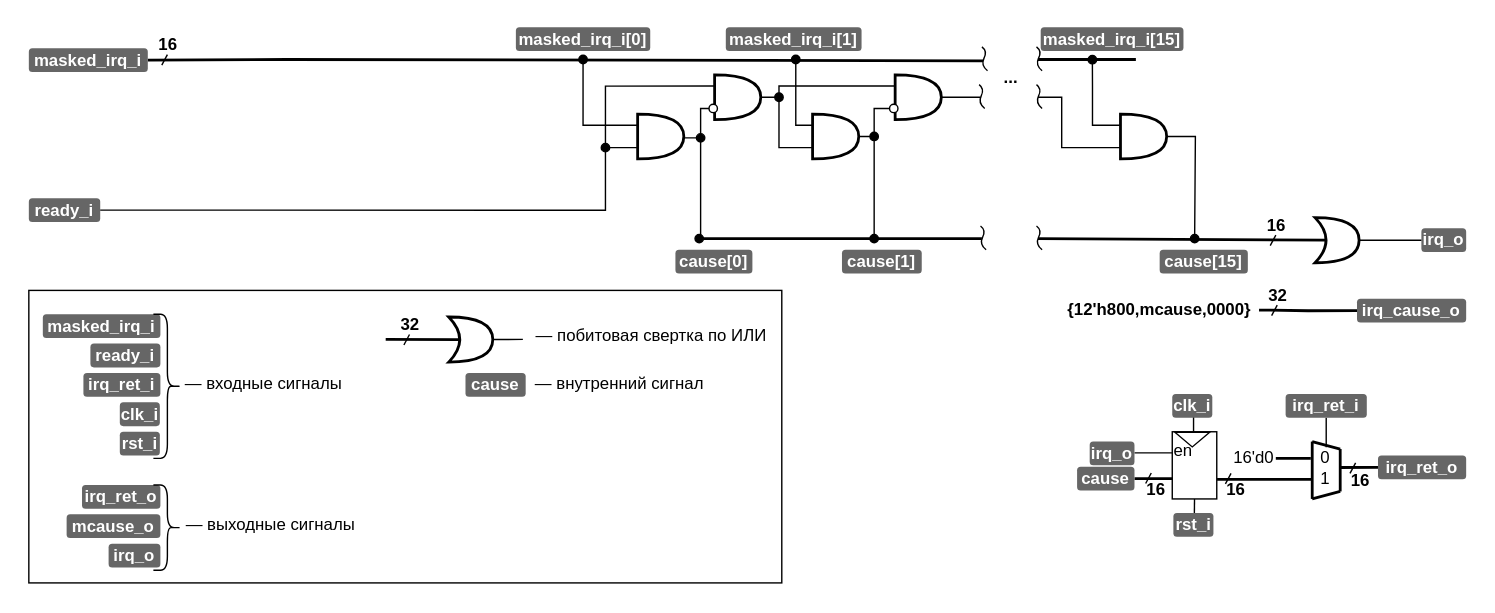
Before: .pic/Labs/lab_12_daisy_chain/fig_02.drawio.svg, a diagram exported from draw.io (MPSU/APS). Source tidied: cells renumbered, new cells last; positions are measured from the earlier drawing's top-left corner, leaving out a move shared by most shapes.
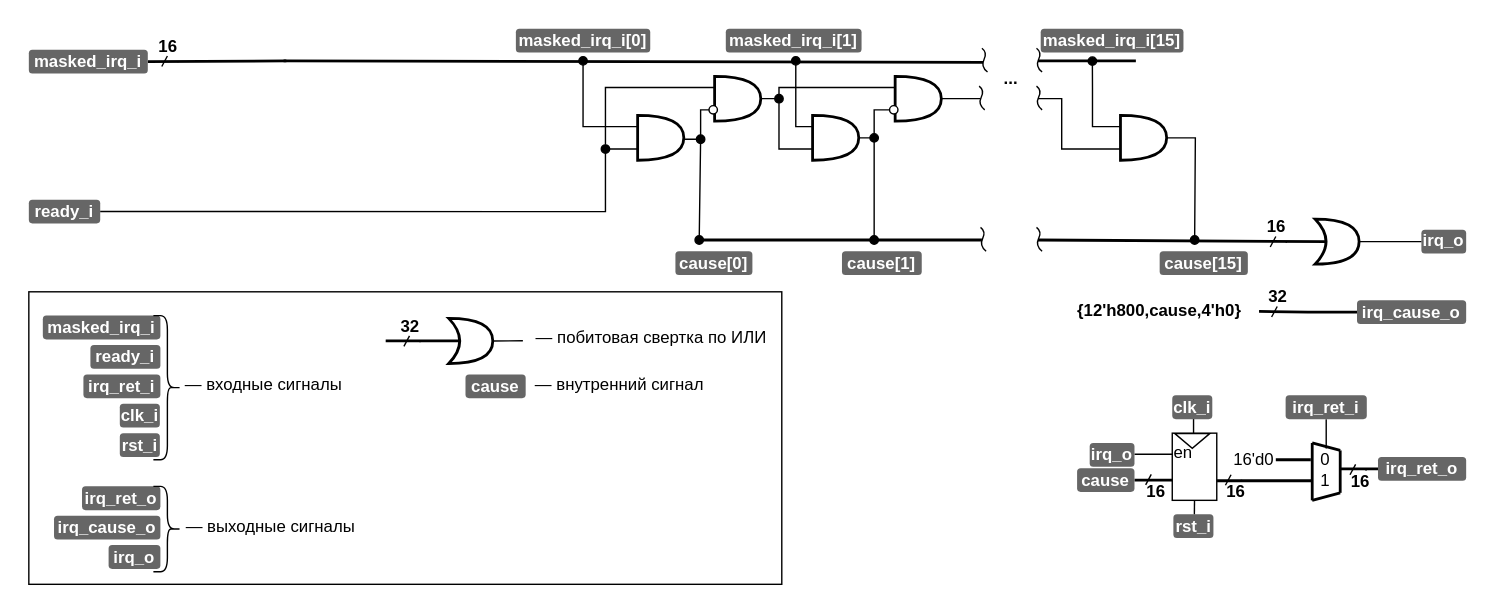
Later version of the same file.

Commit message:
ЛР12. Исправление иллюстрации

Diff of the diagram source:
```diff
@@ -329,8 +329,8 @@
     <mxCell id="66" value="irq_ret_o" style="text;html=1;strokeColor=none;fillColor=#666666;align=center;verticalAlign=middle;whiteSpace=wrap;rounded=1;fontStyle=1;fontColor=#FFFFFF;fontSize=12;" parent="1" vertex="1">
       <mxGeometry x="38" y="327" width="56" height="17" as="geometry" />
     </mxCell>
-    <mxCell id="67" value="&lt;font color=&quot;#ffffff&quot; style=&quot;font-size: 12px;&quot;&gt;&lt;b style=&quot;font-size: 12px;&quot;&gt;mcause_o&lt;/b&gt;&lt;/font&gt;" style="text;html=1;strokeColor=none;fillColor=#666666;align=center;verticalAlign=middle;whiteSpace=wrap;rounded=1;fontSize=12;fontColor=#000000;comic=0;jiggle=0.5;strokeOpacity=100;fillOpacity=100;" parent="1" vertex="1">
-      <mxGeometry x="27" y="348" width="67" height="17" as="geometry" />
+    <mxCell id="67" value="&lt;span style=&quot;color: rgb(255, 255, 255); font-weight: 700;&quot;&gt;irq_cause_o&lt;/span&gt;" style="text;html=1;strokeColor=none;fillColor=#666666;align=center;verticalAlign=middle;whiteSpace=wrap;rounded=1;fontSize=12;fontColor=#000000;comic=0;jiggle=0.5;strokeOpacity=100;fillOpacity=100;" parent="1" vertex="1">
+      <mxGeometry x="18" y="348" width="76" height="17" as="geometry" />
     </mxCell>
     <mxCell id="68" value="&lt;font color=&quot;#ffffff&quot; style=&quot;font-size: 12px;&quot;&gt;irq_o&lt;/font&gt;" style="text;html=1;strokeColor=none;fillColor=#666666;align=center;verticalAlign=middle;whiteSpace=wrap;rounded=1;fontSize=12;fontColor=#000000;comic=0;jiggle=0.5;strokeOpacity=100;fillOpacity=100;fontStyle=1;" parent="1" vertex="1">
       <mxGeometry x="57" y="369" width="37" height="17" as="geometry" />
@@ -498,7 +498,7 @@
     <mxCell id="105" value="irq_cause_o" style="text;html=1;strokeColor=none;fillColor=#666666;align=center;verticalAlign=middle;whiteSpace=wrap;rounded=1;fontStyle=1;fontColor=#FFFFFF;fontSize=12;" parent="1" vertex="1">
       <mxGeometry x="949" y="194" width="78" height="17" as="geometry" />
     </mxCell>
-    <mxCell id="106" value="{12'h800,mcause,0000}" style="text;html=1;strokeColor=none;fillColor=none;align=center;verticalAlign=middle;whiteSpace=wrap;rounded=0;fontStyle=1;fontSize=12;" parent="1" vertex="1">
+    <mxCell id="106" value="{12'h800,cause,4'h0}" style="text;html=1;strokeColor=none;fillColor=none;align=center;verticalAlign=middle;whiteSpace=wrap;rounded=0;fontStyle=1;fontSize=12;" parent="1" vertex="1">
       <mxGeometry x="737" y="187" width="142" height="30" as="geometry" />
     </mxCell>
     <mxCell id="107" style="edgeStyle=orthogonalEdgeStyle;rounded=0;orthogonalLoop=1;jettySize=auto;html=1;exitX=0;exitY=0.5;exitDx=0;exitDy=0;endArrow=none;endFill=0;entryX=0;entryY=0.5;entryDx=0;entryDy=0;strokeOpacity=100;fillOpacity=100;fontSize=12;" parent="1" edge="1">
```
